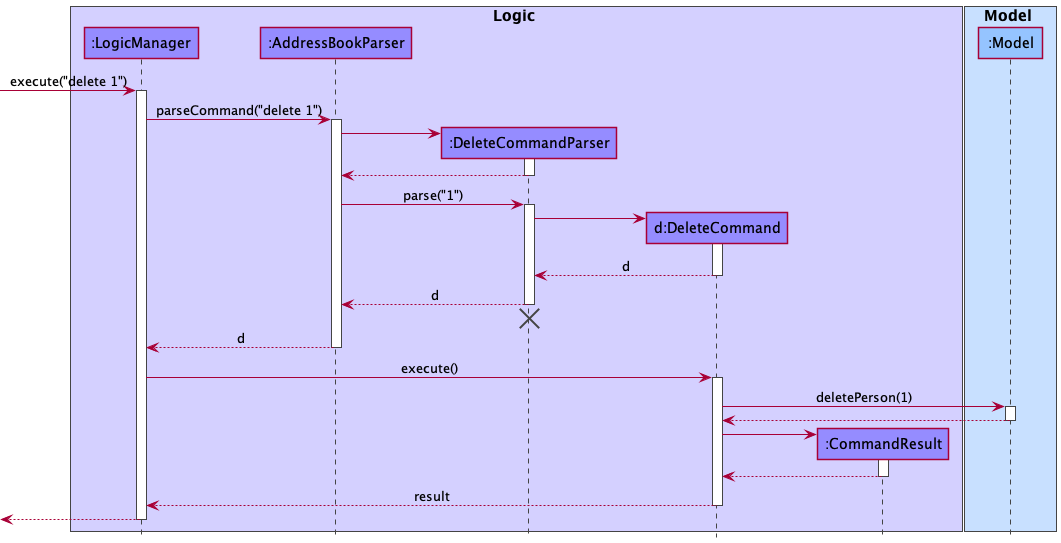
zhongfu/tp keeps this PlantUML diagram as docs/images/DeleteSequenceDiagram.png. Above is the earlier version.
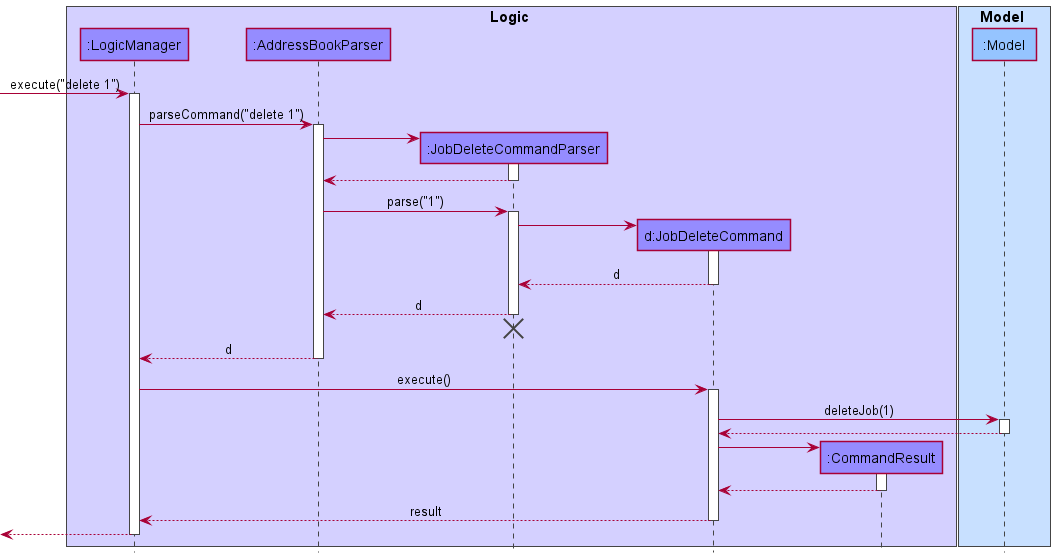
After the change.

The edit, as a diff of the source:
```diff
@@ -4,8 +4,8 @@
 box Logic LOGIC_COLOR_T1
 participant ":LogicManager" as LogicManager LOGIC_COLOR
 participant ":AddressBookParser" as AddressBookParser LOGIC_COLOR
-participant ":DeleteCommandParser" as DeleteCommandParser LOGIC_COLOR
-participant "d:DeleteCommand" as DeleteCommand LOGIC_COLOR
+participant ":JobDeleteCommandParser" as JobDeleteCommandParser LOGIC_COLOR
+participant "d:JobDeleteCommand" as JobDeleteCommand LOGIC_COLOR
 participant ":CommandResult" as CommandResult LOGIC_COLOR
 end box
 
@@ -19,49 +19,49 @@
 LogicManager -> AddressBookParser : parseCommand("delete 1")
 activate AddressBookParser
 
-create DeleteCommandParser
-AddressBookParser -> DeleteCommandParser
-activate DeleteCommandParser
+create JobDeleteCommandParser
+AddressBookParser -> JobDeleteCommandParser
+activate JobDeleteCommandParser
 
-DeleteCommandParser --> AddressBookParser
-deactivate DeleteCommandParser
+JobDeleteCommandParser --> AddressBookParser
+deactivate JobDeleteCommandParser
 
-AddressBookParser -> DeleteCommandParser : parse("1")
-activate DeleteCommandParser
+AddressBookParser -> JobDeleteCommandParser : parse("1")
+activate JobDeleteCommandParser
 
-create DeleteCommand
-DeleteCommandParser -> DeleteCommand
-activate DeleteCommand
+create JobDeleteCommand
+JobDeleteCommandParser -> JobDeleteCommand
+activate JobDeleteCommand
 
-DeleteCommand --> DeleteCommandParser : d
-deactivate DeleteCommand
+JobDeleteCommand --> JobDeleteCommandParser : d
+deactivate JobDeleteCommand
 
-DeleteCommandParser --> AddressBookParser : d
-deactivate DeleteCommandParser
-DeleteCommandParser -[hidden]-> AddressBookParser
-destroy DeleteCommandParser
+JobDeleteCommandParser --> AddressBookParser : d
+deactivate JobDeleteCommandParser
+JobDeleteCommandParser -[hidden]-> AddressBookParser
+destroy JobDeleteCommandParser
 
 AddressBookParser --> LogicManager : d
 deactivate AddressBookParser
 
-LogicManager -> DeleteCommand : execute()
-activate DeleteCommand
+LogicManager -> JobDeleteCommand : execute()
+activate JobDeleteCommand
 
-DeleteCommand -> Model : deletePerson(1)
+JobDeleteCommand -> Model : deleteJob(1)
 activate Model
 
-Model --> DeleteCommand
+Model --> JobDeleteCommand
 deactivate Model
 
 create CommandResult
-DeleteCommand -> CommandResult
+JobDeleteCommand -> CommandResult
 activate CommandResult
 
-CommandResult --> DeleteCommand
+CommandResult --> JobDeleteCommand
 deactivate CommandResult
 
-DeleteCommand --> LogicManager : result
-deactivate DeleteCommand
+JobDeleteCommand --> LogicManager : result
+deactivate JobDeleteCommand
 
 [<--LogicManager
 deactivate LogicManager
```
